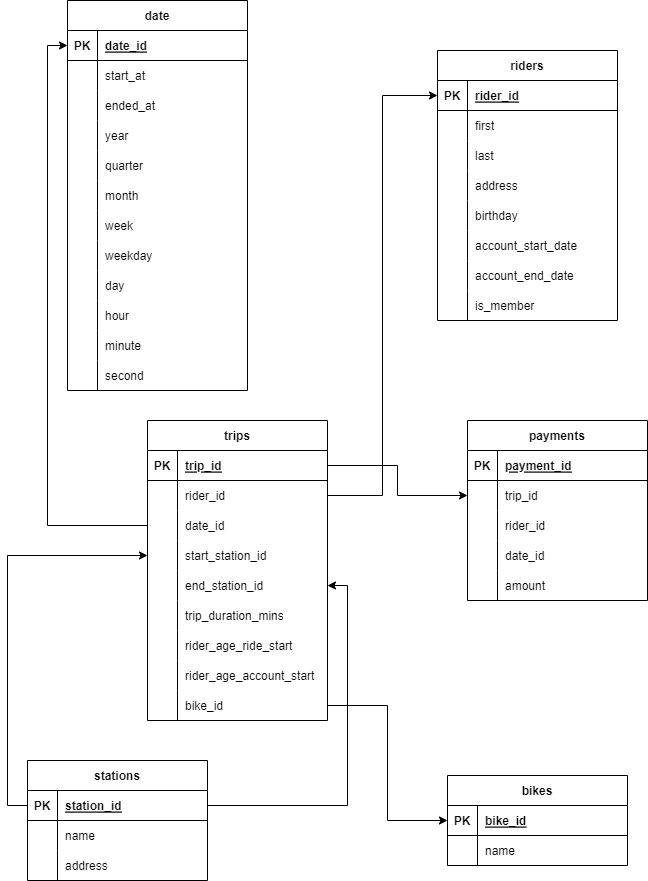
Above: images/divvy_erd.png in obinnaonyema/divvy_azure_synapse (draw.io), before the change. Source tidied: cells renumbered, new cells last; positions are measured from the earlier drawing's top-left corner, leaving out a move shared by most shapes.
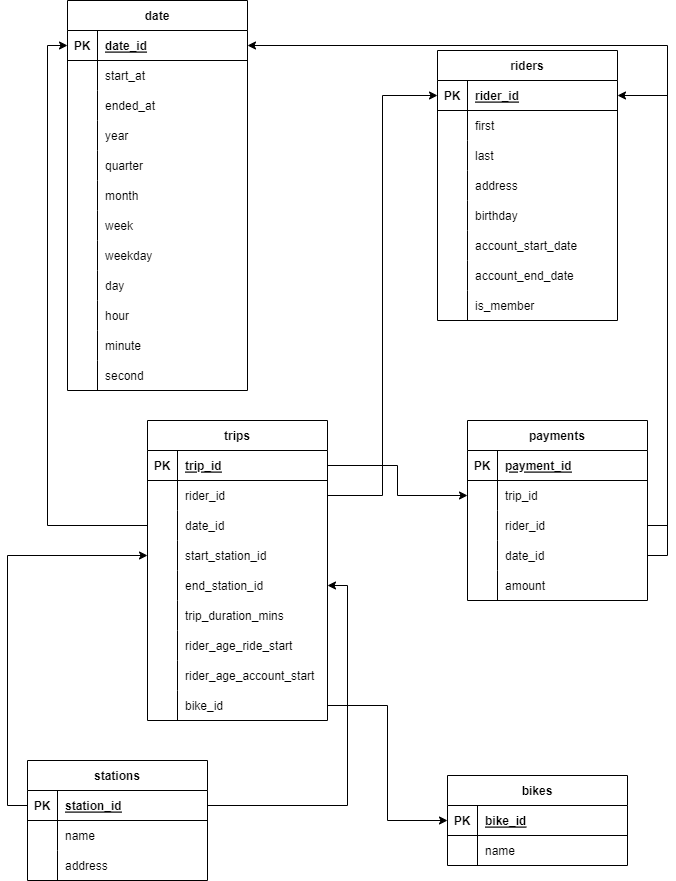
After the commit.

The edit, as a diff of the source:
```diff
@@ -389,5 +389,11 @@
     <mxCell id="130" style="edgeStyle=orthogonalEdgeStyle;rounded=0;jettySize=auto;html=1;" parent="1" edge="1" source="3" target="34">
       <mxGeometry relative="1" as="geometry" />
     </mxCell>
+    <mxCell id="131" style="edgeStyle=orthogonalEdgeStyle;rounded=0;jettySize=auto;html=1;exitX=1;exitY=0.5;exitDx=0;exitDy=0;entryX=1;entryY=0.5;entryDx=0;entryDy=0;" parent="1" edge="1" source="37" target="84">
+      <mxGeometry relative="1" as="geometry" />
+    </mxCell>
+    <mxCell id="132" style="edgeStyle=orthogonalEdgeStyle;rounded=0;jettySize=auto;html=1;exitX=1;exitY=0.5;exitDx=0;exitDy=0;entryX=1;entryY=0.5;entryDx=0;entryDy=0;" parent="1" edge="1" source="40" target="47">
+      <mxGeometry relative="1" as="geometry" />
+    </mxCell>
   </root>
 </mxGraphModel>
```
